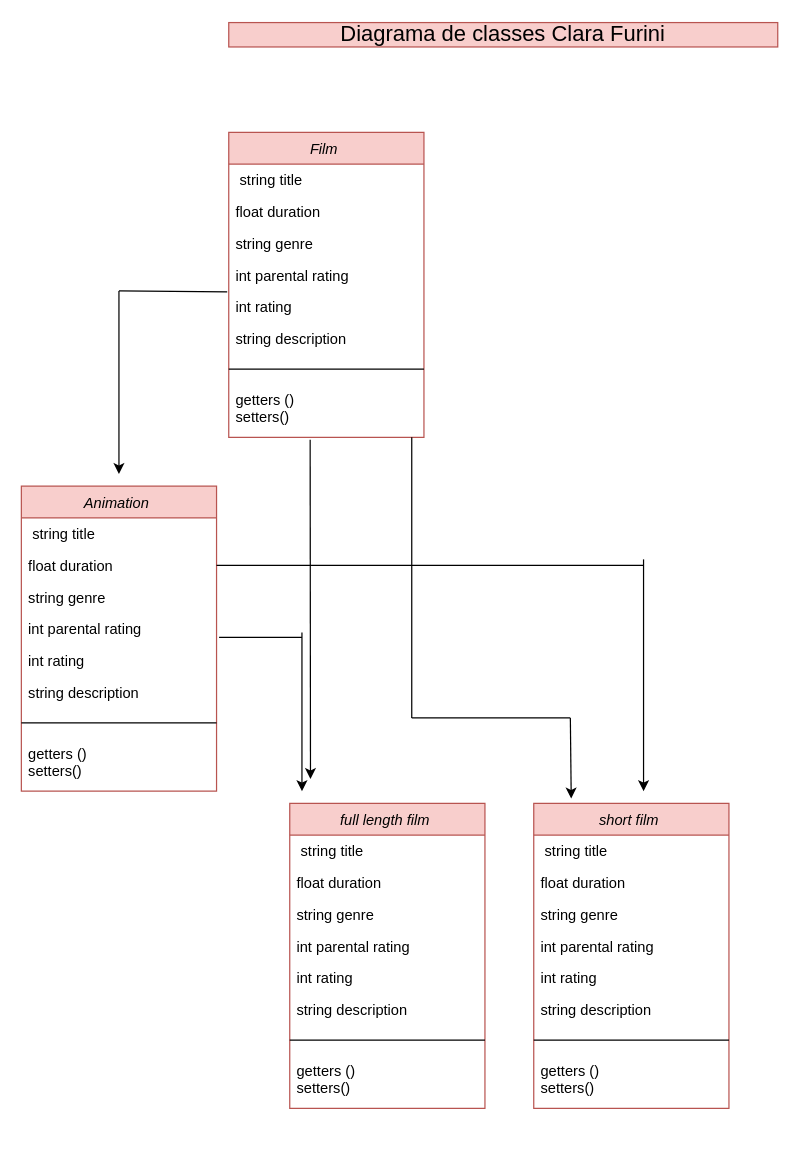
ClaraFurini/Objec_Orientation keeps this draw.io diagram as Film Object Orientation Diagram.drawio. Above is the earlier version. Source tidied: cells renumbered, new cells numbered last; positions are measured from the earlier drawing's top-left corner, leaving out a move shared by most shapes. Both pictures are drawn from the tidied source at 122%, with x=0, y=0 at pixel (21, 22).
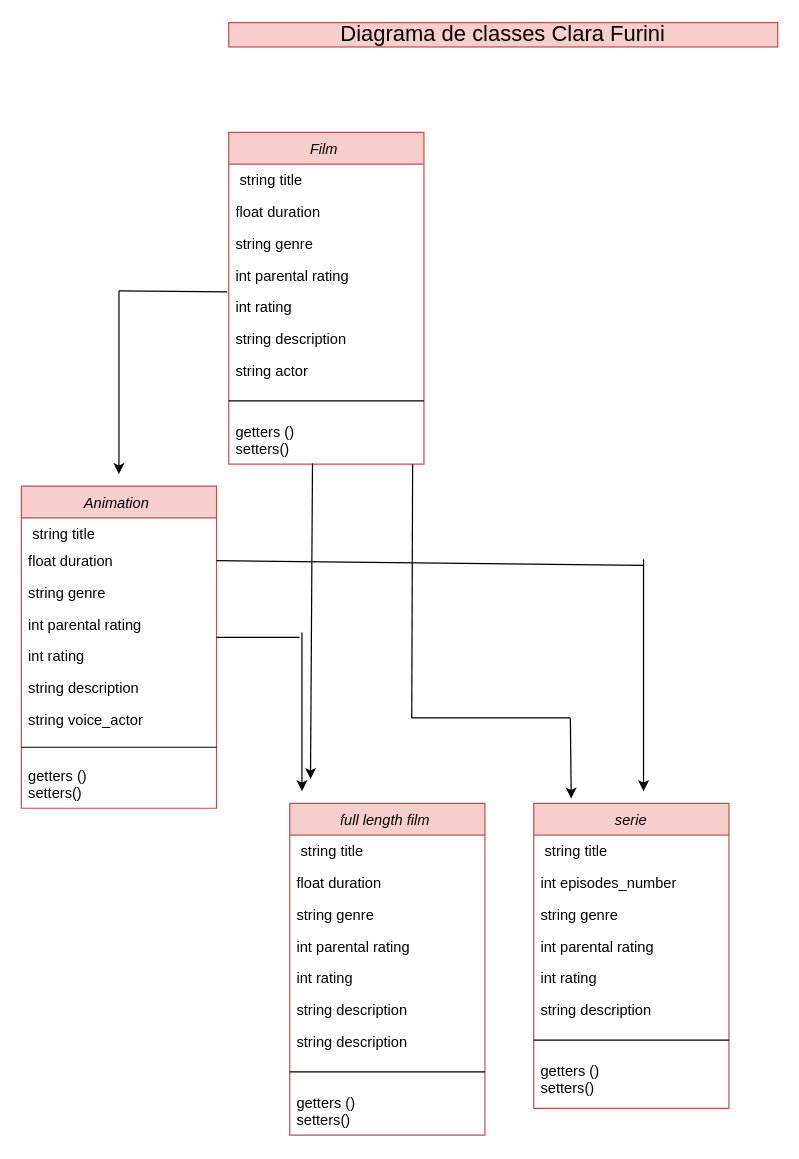
The same diagram, later.

Diff of the diagram source:
```diff
@@
     <mxCell id="2" value="Film " style="swimlane;fontStyle=2;align=center;verticalAlign=top;horizontal=1;startSize=26;rounded=0;shadow=0;strokeWidth=1;fillColor=#f8cecc;strokeColor=#b85450;" parent="1" vertex="1">
-      <mxGeometry x="170" y="90" width="160" height="250" as="geometry" />
+      <mxGeometry x="170" y="90" width="160" height="272" as="geometry" />
     </mxCell>
@@
+    <mxCell id="49" value="string actor" style="text;align=left;verticalAlign=top;spacingLeft=4;spacingRight=4;overflow=hidden;rounded=0;shadow=0;html=0;" parent="2" vertex="1">
+      <mxGeometry y="182" width="160" height="26" as="geometry" />
+    </mxCell>
     <mxCell id="9" style="line;html=1;strokeWidth=1;align=left;verticalAlign=middle;spacingTop=-1;spacingLeft=3;spacingRight=3;labelPosition=right;" parent="2" vertex="1">
-      <mxGeometry y="182" width="160" height="24" as="geometry" />
+      <mxGeometry y="208" width="160" height="24" as="geometry" />
     </mxCell>
     <mxCell id="10" value="getters ()&#10;setters()" style="text;align=left;verticalAlign=top;spacingLeft=4;spacingRight=4;overflow=hidden;points=[[0,0.5],[1,0.5]];portConstraint=eastwest;" parent="2" vertex="1">
-      <mxGeometry y="206" width="160" height="40" as="geometry" />
+      <mxGeometry y="232" width="160" height="40" as="geometry" />
     </mxCell>
@@
     <mxCell id="12" value="Animation " style="swimlane;fontStyle=2;align=center;verticalAlign=top;horizontal=1;startSize=26;rounded=0;shadow=0;strokeWidth=1;fillColor=#f8cecc;strokeColor=#b85450;" parent="1" vertex="1">
-      <mxGeometry y="380" width="160" height="250" as="geometry" />
+      <mxGeometry y="380" width="160" height="264" as="geometry" />
     </mxCell>
     <mxCell id="13" value=" string title" style="text;align=left;verticalAlign=top;spacingLeft=4;spacingRight=4;overflow=hidden;" parent="12" vertex="1">
-      <mxGeometry y="26" width="160" height="26" as="geometry" />
+      <mxGeometry y="26" width="160" height="22" as="geometry" />
     </mxCell>
     <mxCell id="14" value="float duration" style="text;align=left;verticalAlign=top;spacingLeft=4;spacingRight=4;overflow=hidden;points=[[0,0.5],[1,0.5]];portConstraint=eastwest;rounded=0;shadow=0;html=0;" parent="12" vertex="1">
-      <mxGeometry y="52" width="160" height="26" as="geometry" />
+      <mxGeometry y="48" width="160" height="26" as="geometry" />
     </mxCell>
     <mxCell id="15" value="string genre" style="text;align=left;verticalAlign=top;spacingLeft=4;spacingRight=4;overflow=hidden;rounded=0;shadow=0;html=0;" parent="12" vertex="1">
-      <mxGeometry y="78" width="160" height="26" as="geometry" />
+      <mxGeometry y="74" width="160" height="26" as="geometry" />
     </mxCell>
     <mxCell id="16" value="int parental rating" style="text;align=left;verticalAlign=top;spacingLeft=4;spacingRight=4;overflow=hidden;points=[[0,0.5],[1,0.5]];portConstraint=eastwest;rounded=0;shadow=0;html=0;" parent="12" vertex="1">
-      <mxGeometry y="104" width="160" height="26" as="geometry" />
+      <mxGeometry y="100" width="160" height="26" as="geometry" />
     </mxCell>
     <mxCell id="17" value="int rating" style="text;align=left;verticalAlign=top;spacingLeft=4;spacingRight=4;overflow=hidden;rounded=0;shadow=0;html=0;" parent="12" vertex="1">
-      <mxGeometry y="130" width="160" height="26" as="geometry" />
+      <mxGeometry y="126" width="160" height="26" as="geometry" />
     </mxCell>
     <mxCell id="18" value="string description" style="text;align=left;verticalAlign=top;spacingLeft=4;spacingRight=4;overflow=hidden;rounded=0;shadow=0;html=0;" parent="12" vertex="1">
-      <mxGeometry y="156" width="160" height="26" as="geometry" />
+      <mxGeometry y="152" width="160" height="26" as="geometry" />
     </mxCell>
+    <mxCell id="50" value="string voice_actor" style="text;align=left;verticalAlign=top;spacingLeft=4;spacingRight=4;overflow=hidden;rounded=0;shadow=0;html=0;" parent="12" vertex="1">
+      <mxGeometry y="178" width="160" height="26" as="geometry" />
+    </mxCell>
     <mxCell id="19" style="line;html=1;strokeWidth=1;align=left;verticalAlign=middle;spacingTop=-1;spacingLeft=3;spacingRight=3;labelPosition=right;" parent="12" vertex="1">
-      <mxGeometry y="182" width="160" height="24" as="geometry" />
+      <mxGeometry y="204" width="160" height="20" as="geometry" />
     </mxCell>
     <mxCell id="20" value="getters ()&#10;setters()" style="text;align=left;verticalAlign=top;spacingLeft=4;spacingRight=4;overflow=hidden;" parent="12" vertex="1">
-      <mxGeometry y="206" width="160" height="40" as="geometry" />
+      <mxGeometry y="224" width="160" height="40" as="geometry" />
     </mxCell>
     <mxCell id="21" value="full length film " style="swimlane;fontStyle=2;align=center;verticalAlign=top;horizontal=1;startSize=26;rounded=0;shadow=0;strokeWidth=1;fillColor=#f8cecc;strokeColor=#b85450;" parent="1" vertex="1">
-      <mxGeometry x="220" y="640" width="160" height="250" as="geometry" />
+      <mxGeometry x="220" y="640" width="160" height="272" as="geometry" />
     </mxCell>
@@
+    <mxCell id="51" value="string description" style="text;align=left;verticalAlign=top;spacingLeft=4;spacingRight=4;overflow=hidden;rounded=0;shadow=0;html=0;" parent="21" vertex="1">
+      <mxGeometry y="182" width="160" height="26" as="geometry" />
+    </mxCell>
     <mxCell id="28" style="line;html=1;strokeWidth=1;align=left;verticalAlign=middle;spacingTop=-1;spacingLeft=3;spacingRight=3;labelPosition=right;" parent="21" vertex="1">
-      <mxGeometry y="182" width="160" height="24" as="geometry" />
+      <mxGeometry y="208" width="160" height="24" as="geometry" />
     </mxCell>
     <mxCell id="29" value="getters ()&#10;setters()" style="text;align=left;verticalAlign=top;spacingLeft=4;spacingRight=4;overflow=hidden;" parent="21" vertex="1">
-      <mxGeometry y="206" width="160" height="40" as="geometry" />
+      <mxGeometry y="232" width="160" height="40" as="geometry" />
     </mxCell>
-    <mxCell id="30" value="short film " style="swimlane;fontStyle=2;align=center;verticalAlign=top;horizontal=1;startSize=26;rounded=0;shadow=0;strokeWidth=1;fillColor=#f8cecc;strokeColor=#b85450;" parent="1" vertex="1">
+    <mxCell id="30" value="serie" style="swimlane;fontStyle=2;align=center;verticalAlign=top;horizontal=1;startSize=26;rounded=0;shadow=0;strokeWidth=1;fillColor=#f8cecc;strokeColor=#b85450;" parent="1" vertex="1">
       <mxGeometry x="420" y="640" width="160" height="250" as="geometry" />
     </mxCell>
@@
-    <mxCell id="32" value="float duration" style="text;align=left;verticalAlign=top;spacingLeft=4;spacingRight=4;overflow=hidden;rounded=0;shadow=0;html=0;" parent="30" vertex="1">
+    <mxCell id="32" value="int episodes_number" style="text;align=left;verticalAlign=top;spacingLeft=4;spacingRight=4;overflow=hidden;rounded=0;shadow=0;html=0;" parent="30" vertex="1">
       <mxGeometry y="52" width="160" height="26" as="geometry" />
     </mxCell>
@@
-    <mxCell id="41" style="endArrow=none;html=1;exitX=1.013;exitY=0.769;exitDx=0;exitDy=0;exitPerimeter=0;" parent="1" edge="1" source="16">
+    <mxCell id="41" style="endArrow=none;html=1;" parent="1" edge="1">
       <mxGeometry relative="1" as="geometry">
-        <mxPoint x="230" y="504" as="targetPoint" />
+        <mxPoint x="160" y="504" as="sourcePoint" />
+        <mxPoint x="228" y="504" as="targetPoint" />
       </mxGeometry>
     </mxCell>
@@
-    <mxCell id="45" style="endArrow=classic;html=1;exitX=0.417;exitY=1.15;exitDx=0;exitDy=0;exitPerimeter=0;" parent="1" edge="1" source="10">
+    <mxCell id="45" style="endArrow=classic;html=1;exitX=0.429;exitY=0.983;exitDx=0;exitDy=0;exitPerimeter=0;" parent="1" edge="1" source="10">
       <mxGeometry relative="1" as="geometry">
         <mxPoint x="237" y="620" as="targetPoint" />
       </mxGeometry>
     </mxCell>
-    <mxCell id="46" style="endArrow=none;html=1;" parent="1" edge="1">
+    <mxCell id="46" style="endArrow=none;html=1;exitX=0.942;exitY=1;exitDx=0;exitDy=0;exitPerimeter=0;" parent="1" edge="1" source="10">
       <mxGeometry relative="1" as="geometry">
-        <mxPoint x="320" y="340" as="sourcePoint" />
         <mxPoint x="320" y="570" as="targetPoint" />
       </mxGeometry>
     </mxCell>
```
